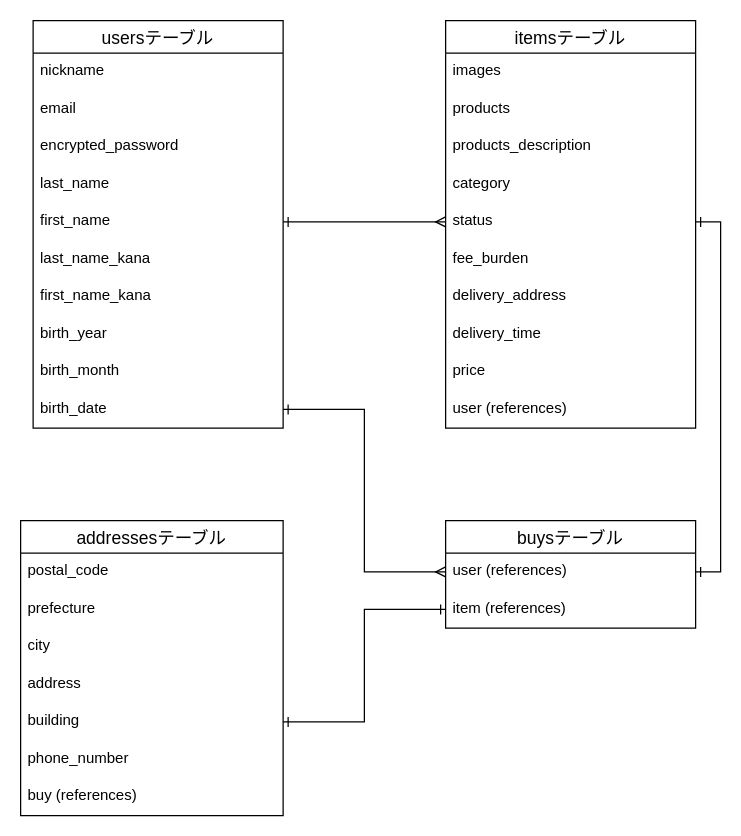
Above: config/furima.dio in keigo911/furima-36106 (draw.io), before the change. Source tidied: cells renumbered, new cells numbered last; positions are measured from the earlier drawing's top-left corner, leaving out a move shared by most shapes. Both pictures are drawn from the tidied source at 125%, with x=0, y=0 at pixel (20, 20).
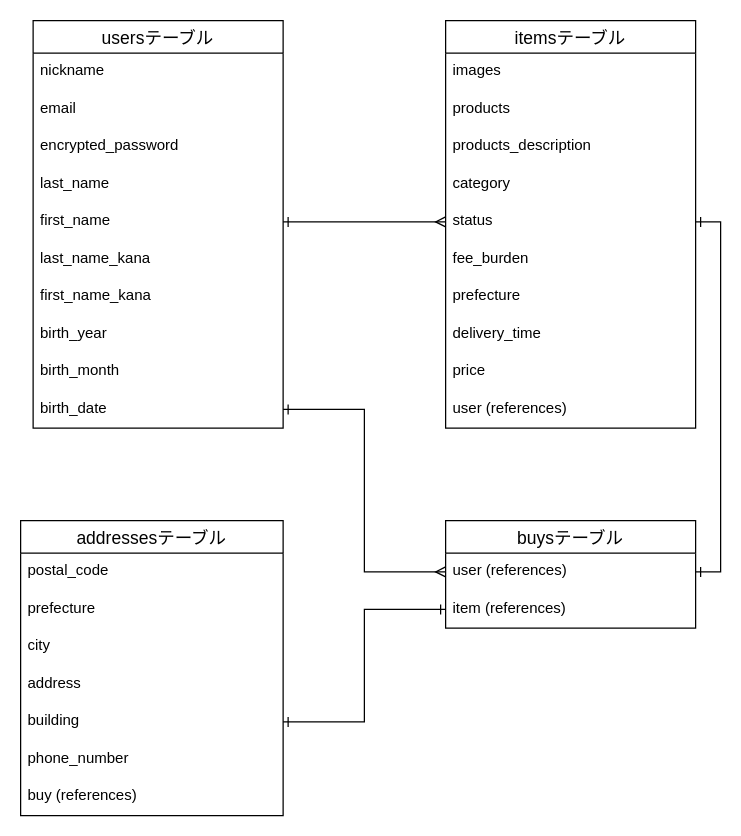
Above is the later version.

The change refers to these unchanged cells:
```xml
<mxCell id="13" value="itemsテーブル" style="swimlane;fontStyle=0;horizontal=1;startSize=26;align=center;fontSize=14;" parent="1" vertex="1">
  <mxGeometry x="340" width="200" height="326" as="geometry" />
</mxCell>
```

What changed in the source:
```diff
@@
-    <mxCell id="20" value="delivery_address" style="text;strokeColor=none;fillColor=none;spacingLeft=4;spacingRight=4;overflow=hidden;fontSize=12;" parent="13" vertex="1">
+    <mxCell id="20" value="prefecture" style="text;strokeColor=none;fillColor=none;spacingLeft=4;spacingRight=4;overflow=hidden;fontSize=12;" parent="13" vertex="1">
       <mxGeometry y="206" width="200" height="30" as="geometry" />
     </mxCell>
```
